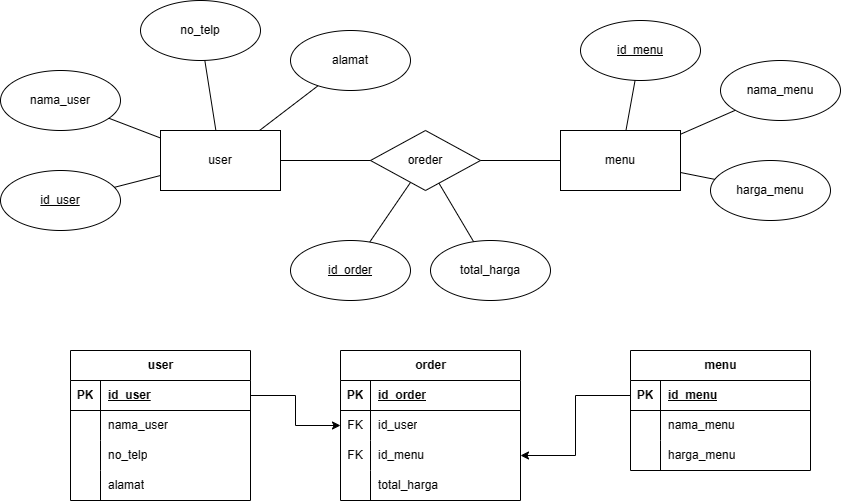
Earlier version of the draw.io export system-design/ERD-Novee's Cakes.png (KrishnDwi/Novees-Cakes). Source tidied: cells renumbered, new cells last; positions are measured from the earlier drawing's top-left corner, leaving out a move shared by most shapes.
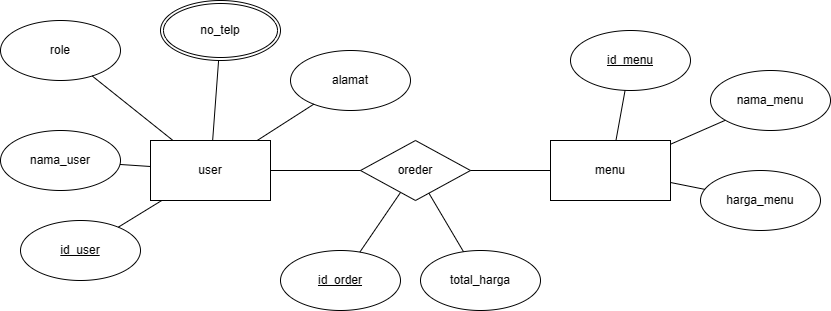
The same file after the commit.

Commit message:
Update syste,-design

The edit, as a diff of the source:
```diff
@@ -12,16 +12,16 @@
       <mxGeometry x="370" y="130" width="110" height="60" as="geometry" />
     </mxCell>
     <mxCell id="5" value="&lt;u&gt;id_user&lt;/u&gt;" style="ellipse;whiteSpace=wrap;html=1;" parent="1" vertex="1">
-      <mxGeometry y="170" width="120" height="60" as="geometry" />
+      <mxGeometry x="30" y="210" width="120" height="60" as="geometry" />
     </mxCell>
     <mxCell id="6" value="nama_user" style="ellipse;whiteSpace=wrap;html=1;" parent="1" vertex="1">
-      <mxGeometry y="70" width="120" height="60" as="geometry" />
+      <mxGeometry x="10" y="120" width="120" height="60" as="geometry" />
     </mxCell>
-    <mxCell id="7" value="no_telp" style="ellipse;whiteSpace=wrap;html=1;" parent="1" vertex="1">
-      <mxGeometry x="140" width="120" height="60" as="geometry" />
+    <mxCell id="7" value="no_telp" style="whiteSpace=wrap;html=1;shape=doubleEllipse;perimeter=ellipsePerimeter;margin=3;" parent="1" vertex="1">
+      <mxGeometry x="170" y="-10" width="120" height="60" as="geometry" />
     </mxCell>
     <mxCell id="8" value="alamat" style="ellipse;whiteSpace=wrap;html=1;" parent="1" vertex="1">
-      <mxGeometry x="290" y="30" width="120" height="60" as="geometry" />
+      <mxGeometry x="300" y="40" width="120" height="60" as="geometry" />
     </mxCell>
     <mxCell id="9" value="&lt;u&gt;id_menu&lt;/u&gt;" style="ellipse;whiteSpace=wrap;html=1;" parent="1" vertex="1">
       <mxGeometry x="580" y="20" width="120" height="60" as="geometry" />
@@ -71,119 +71,11 @@
     <mxCell id="24" style="endArrow=none;html=1;rounded=0;" parent="1" edge="1" source="4" target="13">
       <mxGeometry relative="1" as="geometry" />
     </mxCell>
-    <mxCell id="25" value="user" style="shape=table;startSize=30;rowLines=0;fontStyle=1;align=center;html=1;" parent="1" vertex="1">
-      <mxGeometry x="70" y="350" width="180" height="150" as="geometry" />
-    </mxCell>
-    <mxCell id="26" style="shape=tableRow;horizontal=0;startSize=0;swimlaneHead=0;swimlaneBody=0;fillColor=none;points=[[0,0.5],[1,0.5]];portConstraint=eastwest;top=0;left=0;right=0;bottom=1;" parent="25" vertex="1">
-      <mxGeometry y="30" width="180" height="30" as="geometry" />
-    </mxCell>
-    <mxCell id="27" value="PK" style="shape=partialRectangle;fillColor=none;top=0;left=0;bottom=0;right=0;fontStyle=1;overflow=hidden;whiteSpace=wrap;html=1;" parent="26" vertex="1">
-      <mxGeometry width="30" height="30" as="geometry" />
-    </mxCell>
-    <mxCell id="28" value="id_user" style="shape=partialRectangle;fillColor=none;top=0;left=0;bottom=0;right=0;align=left;spacingLeft=6;fontStyle=5;overflow=hidden;whiteSpace=wrap;html=1;" parent="26" vertex="1">
-      <mxGeometry x="30" width="150" height="30" as="geometry" />
-    </mxCell>
-    <mxCell id="29" style="shape=tableRow;horizontal=0;startSize=0;swimlaneHead=0;swimlaneBody=0;fillColor=none;top=0;left=0;right=0;bottom=0;" parent="25" vertex="1">
-      <mxGeometry y="60" width="180" height="30" as="geometry" />
-    </mxCell>
-    <mxCell id="30" style="shape=partialRectangle;fillColor=none;top=0;left=0;bottom=0;right=0;overflow=hidden;whiteSpace=wrap;html=1;" parent="29" vertex="1">
-      <mxGeometry width="30" height="30" as="geometry" />
-    </mxCell>
-    <mxCell id="31" value="nama_user" style="shape=partialRectangle;fillColor=none;top=0;left=0;bottom=0;right=0;align=left;spacingLeft=6;overflow=hidden;whiteSpace=wrap;html=1;" parent="29" vertex="1">
-      <mxGeometry x="30" width="150" height="30" as="geometry" />
-    </mxCell>
-    <mxCell id="32" style="shape=tableRow;horizontal=0;startSize=0;swimlaneHead=0;swimlaneBody=0;fillColor=none;top=0;left=0;right=0;bottom=0;" parent="25" vertex="1">
-      <mxGeometry y="90" width="180" height="30" as="geometry" />
-    </mxCell>
-    <mxCell id="33" style="shape=partialRectangle;fillColor=none;top=0;left=0;bottom=0;right=0;overflow=hidden;whiteSpace=wrap;html=1;" parent="32" vertex="1">
-      <mxGeometry width="30" height="30" as="geometry" />
-    </mxCell>
-    <mxCell id="34" value="no_telp" style="shape=partialRectangle;fillColor=none;top=0;left=0;bottom=0;right=0;align=left;spacingLeft=6;overflow=hidden;whiteSpace=wrap;html=1;" parent="32" vertex="1">
-      <mxGeometry x="30" width="150" height="30" as="geometry" />
-    </mxCell>
-    <mxCell id="35" style="shape=tableRow;horizontal=0;startSize=0;swimlaneHead=0;swimlaneBody=0;fillColor=none;top=0;left=0;right=0;bottom=0;" parent="25" vertex="1">
-      <mxGeometry y="120" width="180" height="30" as="geometry" />
-    </mxCell>
-    <mxCell id="36" style="shape=partialRectangle;fillColor=none;top=0;left=0;bottom=0;right=0;overflow=hidden;whiteSpace=wrap;html=1;" parent="35" vertex="1">
-      <mxGeometry width="30" height="30" as="geometry" />
-    </mxCell>
-    <mxCell id="37" value="alamat" style="shape=partialRectangle;fillColor=none;top=0;left=0;bottom=0;right=0;align=left;spacingLeft=6;overflow=hidden;whiteSpace=wrap;html=1;" parent="35" vertex="1">
-      <mxGeometry x="30" width="150" height="30" as="geometry" />
-    </mxCell>
-    <mxCell id="38" value="menu" style="shape=table;startSize=30;rowLines=0;fontStyle=1;align=center;html=1;" parent="1" vertex="1">
-      <mxGeometry x="630" y="350" width="180" height="120" as="geometry" />
-    </mxCell>
-    <mxCell id="39" style="shape=tableRow;horizontal=0;startSize=0;swimlaneHead=0;swimlaneBody=0;fillColor=none;points=[[0,0.5],[1,0.5]];portConstraint=eastwest;top=0;left=0;right=0;bottom=1;" parent="38" vertex="1">
-      <mxGeometry y="30" width="180" height="30" as="geometry" />
-    </mxCell>
-    <mxCell id="40" value="PK" style="shape=partialRectangle;fillColor=none;top=0;left=0;bottom=0;right=0;fontStyle=1;overflow=hidden;whiteSpace=wrap;html=1;" parent="39" vertex="1">
-      <mxGeometry width="30" height="30" as="geometry" />
-    </mxCell>
-    <mxCell id="41" value="id_menu" style="shape=partialRectangle;fillColor=none;top=0;left=0;bottom=0;right=0;align=left;spacingLeft=6;fontStyle=5;overflow=hidden;whiteSpace=wrap;html=1;" parent="39" vertex="1">
-      <mxGeometry x="30" width="150" height="30" as="geometry" />
-    </mxCell>
-    <mxCell id="42" style="shape=tableRow;horizontal=0;startSize=0;swimlaneHead=0;swimlaneBody=0;fillColor=none;top=0;left=0;right=0;bottom=0;" parent="38" vertex="1">
-      <mxGeometry y="60" width="180" height="30" as="geometry" />
-    </mxCell>
-    <mxCell id="43" style="shape=partialRectangle;fillColor=none;top=0;left=0;bottom=0;right=0;overflow=hidden;whiteSpace=wrap;html=1;" parent="42" vertex="1">
-      <mxGeometry width="30" height="30" as="geometry" />
-    </mxCell>
-    <mxCell id="44" value="nama_menu" style="shape=partialRectangle;fillColor=none;top=0;left=0;bottom=0;right=0;align=left;spacingLeft=6;overflow=hidden;whiteSpace=wrap;html=1;" parent="42" vertex="1">
-      <mxGeometry x="30" width="150" height="30" as="geometry" />
-    </mxCell>
-    <mxCell id="45" style="shape=tableRow;horizontal=0;startSize=0;swimlaneHead=0;swimlaneBody=0;fillColor=none;top=0;left=0;right=0;bottom=0;" parent="38" vertex="1">
-      <mxGeometry y="90" width="180" height="30" as="geometry" />
-    </mxCell>
-    <mxCell id="46" style="shape=partialRectangle;fillColor=none;top=0;left=0;bottom=0;right=0;overflow=hidden;whiteSpace=wrap;html=1;" parent="45" vertex="1">
-      <mxGeometry width="30" height="30" as="geometry" />
-    </mxCell>
-    <mxCell id="47" value="harga_menu" style="shape=partialRectangle;fillColor=none;top=0;left=0;bottom=0;right=0;align=left;spacingLeft=6;overflow=hidden;whiteSpace=wrap;html=1;" parent="45" vertex="1">
-      <mxGeometry x="30" width="150" height="30" as="geometry" />
-    </mxCell>
-    <mxCell id="48" value="order" style="shape=table;startSize=30;rowLines=0;fontStyle=1;align=center;html=1;" parent="1" vertex="1">
-      <mxGeometry x="340" y="350" width="180" height="150" as="geometry" />
-    </mxCell>
-    <mxCell id="49" style="shape=tableRow;horizontal=0;startSize=0;swimlaneHead=0;swimlaneBody=0;fillColor=none;top=0;left=0;right=0;bottom=1;" parent="48" vertex="1">
-      <mxGeometry y="30" width="180" height="30" as="geometry" />
-    </mxCell>
-    <mxCell id="50" value="PK" style="shape=partialRectangle;fillColor=none;top=0;left=0;bottom=0;right=0;fontStyle=1;overflow=hidden;whiteSpace=wrap;html=1;" parent="49" vertex="1">
-      <mxGeometry width="30" height="30" as="geometry" />
-    </mxCell>
-    <mxCell id="51" value="id_order" style="shape=partialRectangle;fillColor=none;top=0;left=0;bottom=0;right=0;align=left;spacingLeft=6;fontStyle=5;overflow=hidden;whiteSpace=wrap;html=1;" parent="49" vertex="1">
-      <mxGeometry x="30" width="150" height="30" as="geometry" />
-    </mxCell>
-    <mxCell id="52" style="shape=tableRow;horizontal=0;startSize=0;swimlaneHead=0;swimlaneBody=0;fillColor=none;points=[[0,0.5],[1,0.5]];portConstraint=eastwest;top=0;left=0;right=0;bottom=0;" parent="48" vertex="1">
-      <mxGeometry y="60" width="180" height="30" as="geometry" />
-    </mxCell>
-    <mxCell id="53" value="FK" style="shape=partialRectangle;fillColor=none;top=0;left=0;bottom=0;right=0;overflow=hidden;whiteSpace=wrap;html=1;" parent="52" vertex="1">
-      <mxGeometry width="30" height="30" as="geometry" />
-    </mxCell>
-    <mxCell id="54" value="id_user" style="shape=partialRectangle;fillColor=none;top=0;left=0;bottom=0;right=0;align=left;spacingLeft=6;overflow=hidden;whiteSpace=wrap;html=1;" parent="52" vertex="1">
-      <mxGeometry x="30" width="150" height="30" as="geometry" />
-    </mxCell>
-    <mxCell id="55" style="shape=tableRow;horizontal=0;startSize=0;swimlaneHead=0;swimlaneBody=0;fillColor=none;points=[[0,0.5],[1,0.5]];portConstraint=eastwest;top=0;left=0;right=0;bottom=0;" parent="48" vertex="1">
-      <mxGeometry y="90" width="180" height="30" as="geometry" />
-    </mxCell>
-    <mxCell id="56" value="FK" style="shape=partialRectangle;fillColor=none;top=0;left=0;bottom=0;right=0;overflow=hidden;whiteSpace=wrap;html=1;" parent="55" vertex="1">
-      <mxGeometry width="30" height="30" as="geometry" />
-    </mxCell>
-    <mxCell id="57" value="id_menu" style="shape=partialRectangle;fillColor=none;top=0;left=0;bottom=0;right=0;align=left;spacingLeft=6;overflow=hidden;whiteSpace=wrap;html=1;" parent="55" vertex="1">
-      <mxGeometry x="30" width="150" height="30" as="geometry" />
-    </mxCell>
-    <mxCell id="58" style="shape=tableRow;horizontal=0;startSize=0;swimlaneHead=0;swimlaneBody=0;fillColor=none;top=0;left=0;right=0;bottom=0;" parent="48" vertex="1">
-      <mxGeometry y="120" width="180" height="30" as="geometry" />
-    </mxCell>
-    <mxCell id="59" style="shape=partialRectangle;fillColor=none;top=0;left=0;bottom=0;right=0;overflow=hidden;whiteSpace=wrap;html=1;" parent="58" vertex="1">
-      <mxGeometry width="30" height="30" as="geometry" />
-    </mxCell>
-    <mxCell id="60" value="total_harga" style="shape=partialRectangle;fillColor=none;top=0;left=0;bottom=0;right=0;align=left;spacingLeft=6;overflow=hidden;whiteSpace=wrap;html=1;" parent="58" vertex="1">
-      <mxGeometry x="30" width="150" height="30" as="geometry" />
-    </mxCell>
-    <mxCell id="61" style="edgeStyle=orthogonalEdgeStyle;rounded=0;jettySize=auto;html=1;" parent="1" edge="1" source="26" target="52">
-      <mxGeometry relative="1" as="geometry" />
-    </mxCell>
-    <mxCell id="62" style="edgeStyle=orthogonalEdgeStyle;rounded=0;jettySize=auto;html=1;" parent="1" edge="1" source="39" target="55">
-      <mxGeometry relative="1" as="geometry" />
-    </mxCell>
+    <mxCell id="63" value="role" style="ellipse;whiteSpace=wrap;html=1;" parent="1" vertex="1">
+      <mxGeometry x="10" y="10" width="120" height="60" as="geometry" />
+    </mxCell>
+    <mxCell id="64" style="endArrow=none;html=1;rounded=0;" parent="1" edge="1" source="63" target="2">
+      <mxGeometry relative="1" as="geometry" />
+    </mxCell>
   </root>
 </mxGraphModel>
```
